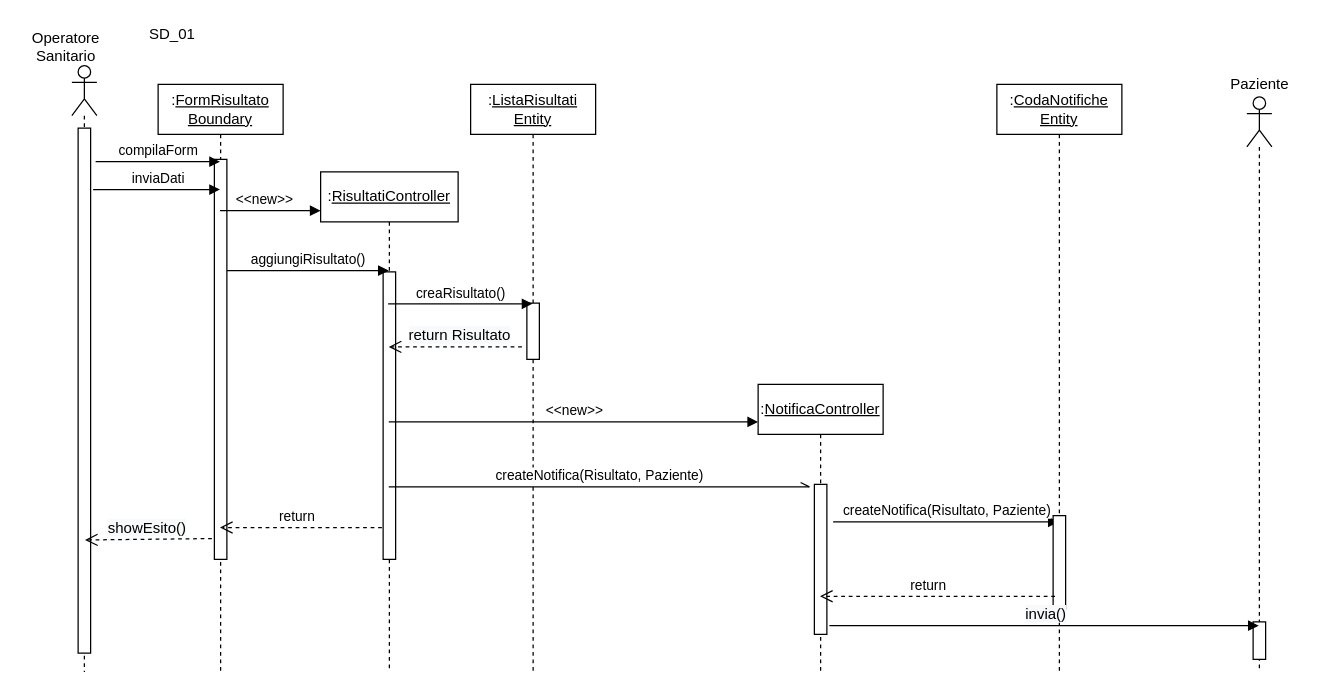
Before: page "SD_01 new" (5 of 8) of Diagrammi/Sequence Diagram.drawio in lorycris99/Team-HILO, a draw.io diagram. Source tidied: cells renumbered, new cells numbered last; positions are measured from the earlier drawing's top-left corner, leaving out a move shared by most shapes. Both pictures are drawn from the tidied source at 125%, with x=0, y=0 at pixel (21, 21).
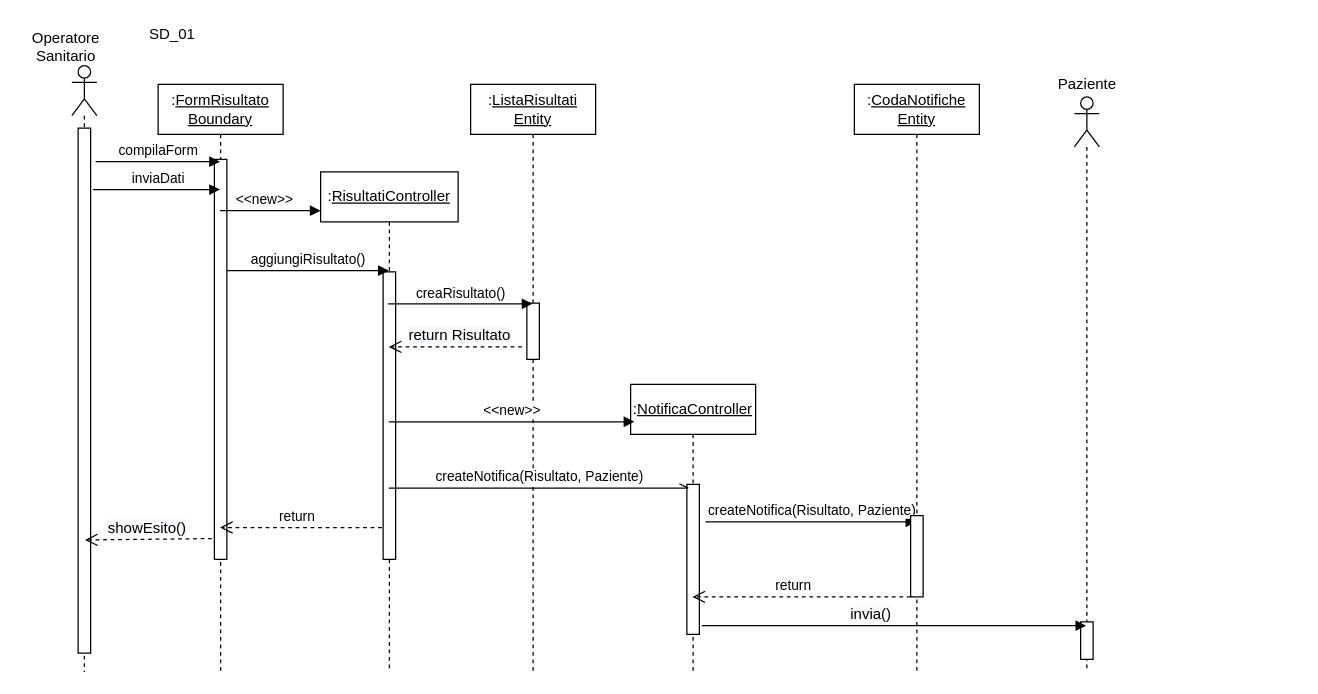
The same page after the edit.

The change refers to these unchanged cells:
```xml
<mxCell id="4" value=":&lt;u&gt;RisultatiController&lt;/u&gt;" style="shape=umlLifeline;perimeter=lifelinePerimeter;whiteSpace=wrap;html=1;outlineConnect=0;size=40;" parent="1" vertex="1">
  <mxGeometry x="239" y="120" width="110" height="400" as="geometry" />
</mxCell>
<mxCell id="7" style="html=1;points=[];perimeter=orthogonalPerimeter;" parent="6" vertex="1">
  <mxGeometry x="45" y="80" width="10" height="120" as="geometry" />
</mxCell>
```

Diff of the diagram source:
```diff
@@
     <mxCell id="6" value=":&lt;u&gt;NotificaController&lt;/u&gt;" style="shape=umlLifeline;perimeter=lifelinePerimeter;whiteSpace=wrap;html=1;outlineConnect=0;" parent="1" vertex="1">
-      <mxGeometry x="589" y="290" width="100" height="230" as="geometry" />
+      <mxGeometry x="487" y="290" width="100" height="230" as="geometry" />
     </mxCell>
@@
     <mxCell id="14" value="createNotifica(Risultato, Paziente)" style="html=1;verticalAlign=bottom;endArrow=block;" parent="1" edge="1" target="19">
       <mxGeometry x="0.01" relative="1" as="geometry">
-        <mxPoint x="649" y="400" as="sourcePoint" />
+        <mxPoint x="547" y="400" as="sourcePoint" />
       </mxGeometry>
     </mxCell>
@@
-    <mxCell id="17" value="&amp;lt;&amp;lt;new&amp;gt;&amp;gt;" style="html=1;verticalAlign=bottom;endArrow=block;" parent="1" edge="1" source="4">
-      <mxGeometry relative="1" as="geometry">
-        <mxPoint x="589" y="320" as="targetPoint" />
-      </mxGeometry>
+    <mxCell id="17" value="&amp;lt;&amp;lt;new&amp;gt;&amp;gt;" style="html=1;verticalAlign=bottom;endArrow=block;entryX=0.03;entryY=0.13;entryDx=0;entryDy=0;entryPerimeter=0;" parent="1" edge="1" source="4" target="6">
+      <mxGeometry relative="1" as="geometry" />
     </mxCell>
-    <mxCell id="18" value="createNotifica(Risultato, Paziente)" style="html=1;verticalAlign=bottom;endArrow=openAsync;endFill=0;" parent="1" edge="1" source="4">
-      <mxGeometry relative="1" as="geometry">
-        <mxPoint x="630" y="372" as="targetPoint" />
-      </mxGeometry>
+    <mxCell id="18" value="createNotifica(Risultato, Paziente)" style="html=1;verticalAlign=bottom;endArrow=openAsync;endFill=0;entryX=0.1;entryY=0.025;entryDx=0;entryDy=0;entryPerimeter=0;" parent="1" edge="1" source="4" target="7">
+      <mxGeometry relative="1" as="geometry" />
     </mxCell>
     <mxCell id="19" value=":&lt;u&gt;CodaNotifiche&lt;br&gt;Entity&lt;br&gt;&lt;/u&gt;" style="shape=umlLifeline;perimeter=lifelinePerimeter;whiteSpace=wrap;html=1;outlineConnect=0;" parent="1" vertex="1">
-      <mxGeometry x="780" y="50" width="100" height="470" as="geometry" />
+      <mxGeometry x="666" y="50" width="100" height="470" as="geometry" />
     </mxCell>
     <mxCell id="20" style="html=1;points=[];perimeter=orthogonalPerimeter;" parent="19" vertex="1">
-      <mxGeometry x="45" y="345" width="10" height="75" as="geometry" />
+      <mxGeometry x="45" y="345" width="10" height="65" as="geometry" />
     </mxCell>
@@
-    <mxCell id="22" value="return" style="html=1;verticalAlign=bottom;endArrow=open;dashed=1;endSize=8;" parent="1" edge="1" target="6">
-      <mxGeometry x="0.08" relative="1" as="geometry">
-        <mxPoint x="826.5" y="459.5" as="sourcePoint" />
-      </mxGeometry>
+    <mxCell id="22" value="return" style="html=1;verticalAlign=bottom;endArrow=open;dashed=1;endSize=8;exitX=0;exitY=1;exitDx=0;exitDy=0;exitPerimeter=0;" parent="1" edge="1" source="20" target="6">
+      <mxGeometry x="0.08" relative="1" as="geometry" />
     </mxCell>
@@
     <mxCell id="26" style="shape=umlLifeline;participant=umlActor;perimeter=lifelinePerimeter;whiteSpace=wrap;html=1;verticalAlign=top;spacingTop=36;outlineConnect=0;" parent="1" vertex="1">
-      <mxGeometry x="980" y="60" width="20" height="460" as="geometry" />
+      <mxGeometry x="842" y="60" width="20" height="460" as="geometry" />
     </mxCell>
@@
     <mxCell id="28" value="&lt;span style=&quot;font-size: 12px ; background-color: rgb(248 , 249 , 250)&quot;&gt;invia()&lt;/span&gt;" style="html=1;verticalAlign=bottom;endArrow=block;exitX=1.2;exitY=0.942;exitDx=0;exitDy=0;exitPerimeter=0;" parent="1" edge="1" source="7" target="26">
-      <mxGeometry x="0.01" relative="1" as="geometry" />
+      <mxGeometry x="-0.12" relative="1" as="geometry" />
     </mxCell>
     <mxCell id="29" value="Paziente" style="text;html=1;align=center;verticalAlign=middle;" parent="1" vertex="1">
-      <mxGeometry x="960" y="40" width="60" height="20" as="geometry" />
+      <mxGeometry x="822" y="40" width="60" height="20" as="geometry" />
     </mxCell>
```
